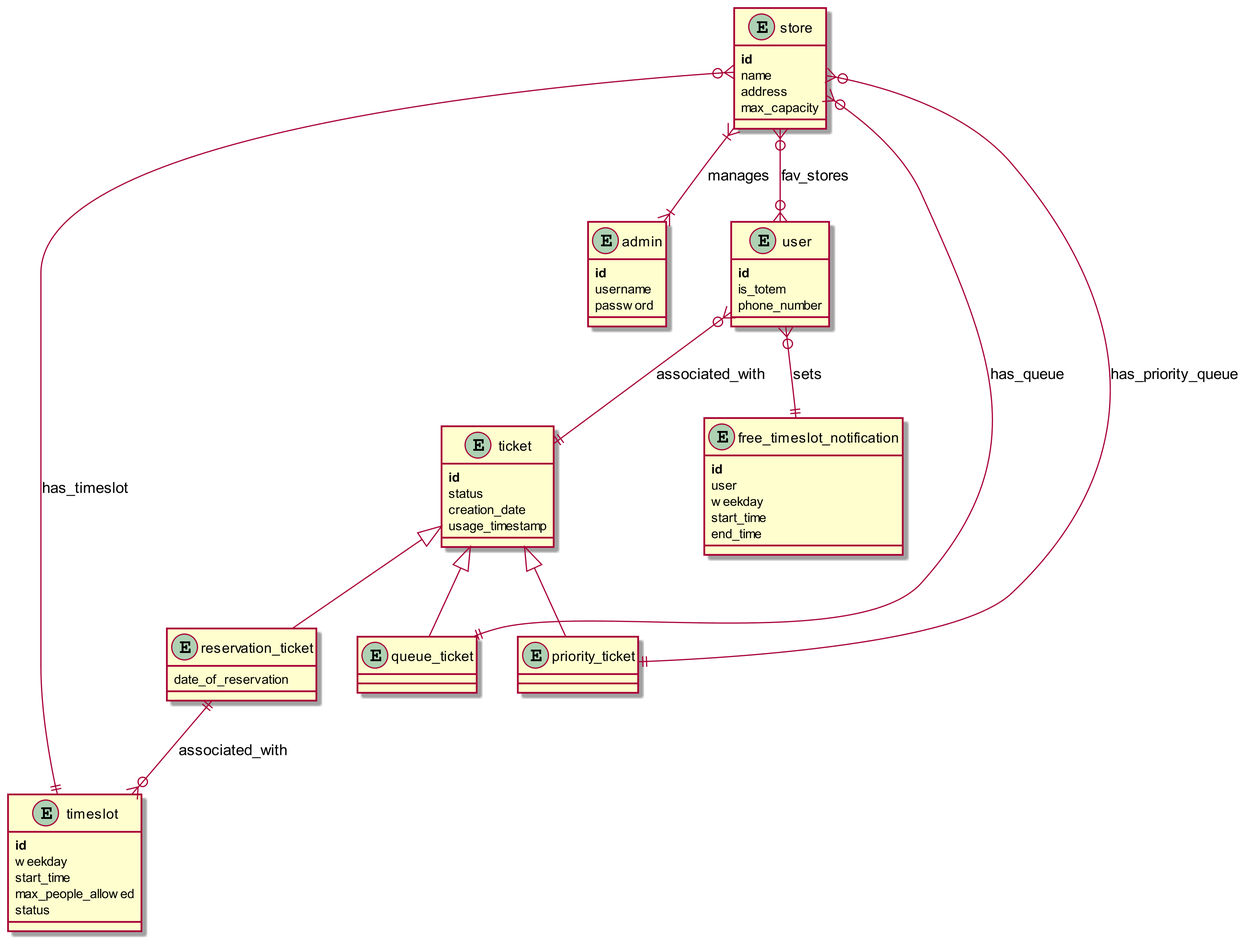
Earlier version of the PlantUML export DD/uml/db_structure.png (andreafra/Software-Engineering-2-Project-2021).
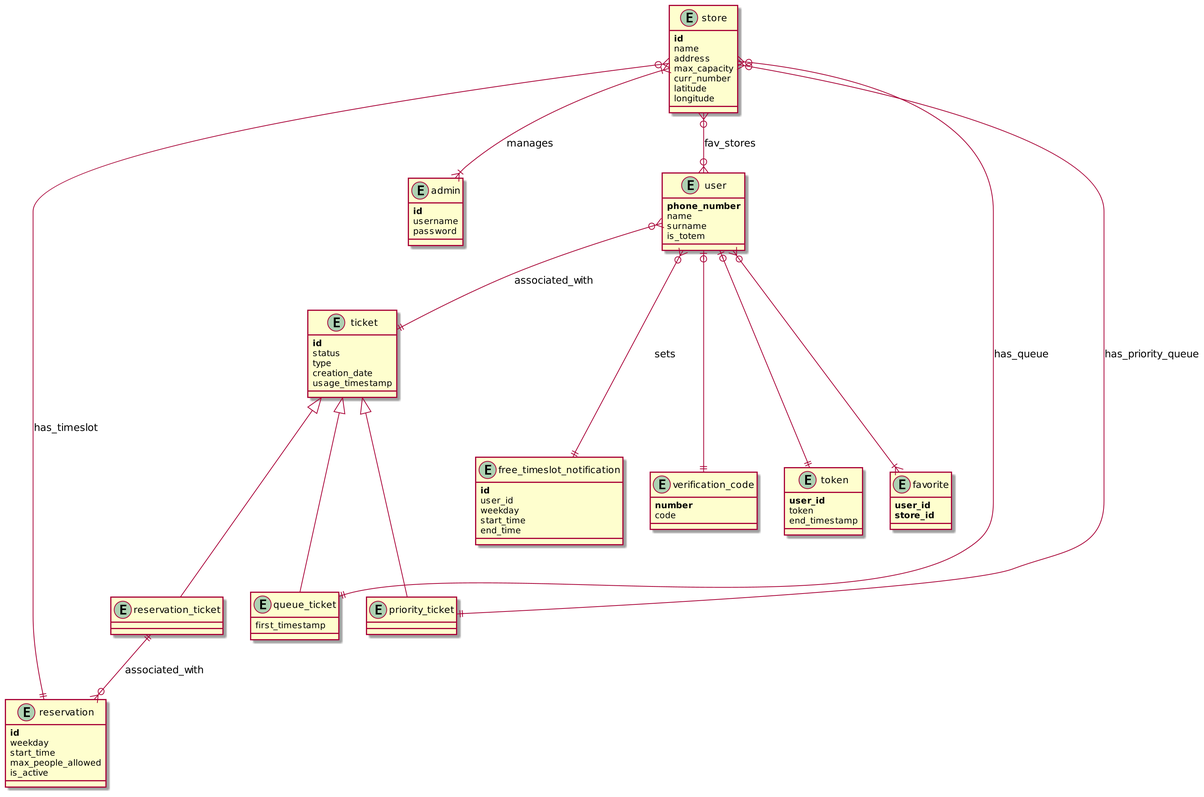
The same diagram one commit later.

Commit message:
Modified to reflect ITD decisions

Diff of the diagram source:
```diff
@@ -1,22 +1,23 @@
 @startuml db_structure
 
 skinparam {
-   dpi 300
+   dpi 200
 }
 
 together {
     entity ticket{
         **id**
         status
+        type
         creation_date
         usage_timestamp
     }
 
     entity queue_ticket {
+        first_timestamp
     }
 
     entity reservation_ticket{
-            date_of_reservation
     }
 
     entity priority_ticket{
@@ -25,25 +26,43 @@
 
 together {
     entity user{
-        **id**
+        **phone_number**
+        name
+        surname
         is_totem
-        phone_number
     }
     entity free_timeslot_notification{
         **id**
-        user
+        user_id
         weekday
         start_time
         end_time
     }
+    entity verification_code{
+    **number**
+    code
 }
 
-entity timeslot{
+entity token {
+    **user_id**
+    token
+    end_timestamp
+}
+
+entity favorite{
+    **user_id**
+    **store_id**
+}
+
+}
+
+entity reservation{
     **id**
     weekday
     start_time
     max_people_allowed
-    status
+    is_active
+
 }
 
 entity store{
@@ -51,6 +70,9 @@
     name
     address
     max_capacity
+    curr_number
+    latitude
+    longitude
 }
 
 entity admin{
@@ -63,11 +85,14 @@
 
 
 
+
 store }|--|{ admin : manages
 store }o--|| queue_ticket : has_queue
 store }o--|| priority_ticket : has_priority_queue
-store }o--|| timeslot : has_timeslot
+store }o--|| reservation : has_timeslot
 store }o--o{ user : fav_stores
+
+
 
 
 user }o--|| free_timeslot_notification : sets
@@ -77,7 +102,13 @@
 ticket <|-- reservation_ticket
 ticket <|-- priority_ticket
 
-reservation_ticket ||--o{ timeslot : associated_with
+reservation_ticket ||--o{ reservation : associated_with
+
+user |o--|| verification_code
+user |o--|| token
+user }o--|{favorite
+
+
 
 
 
```
